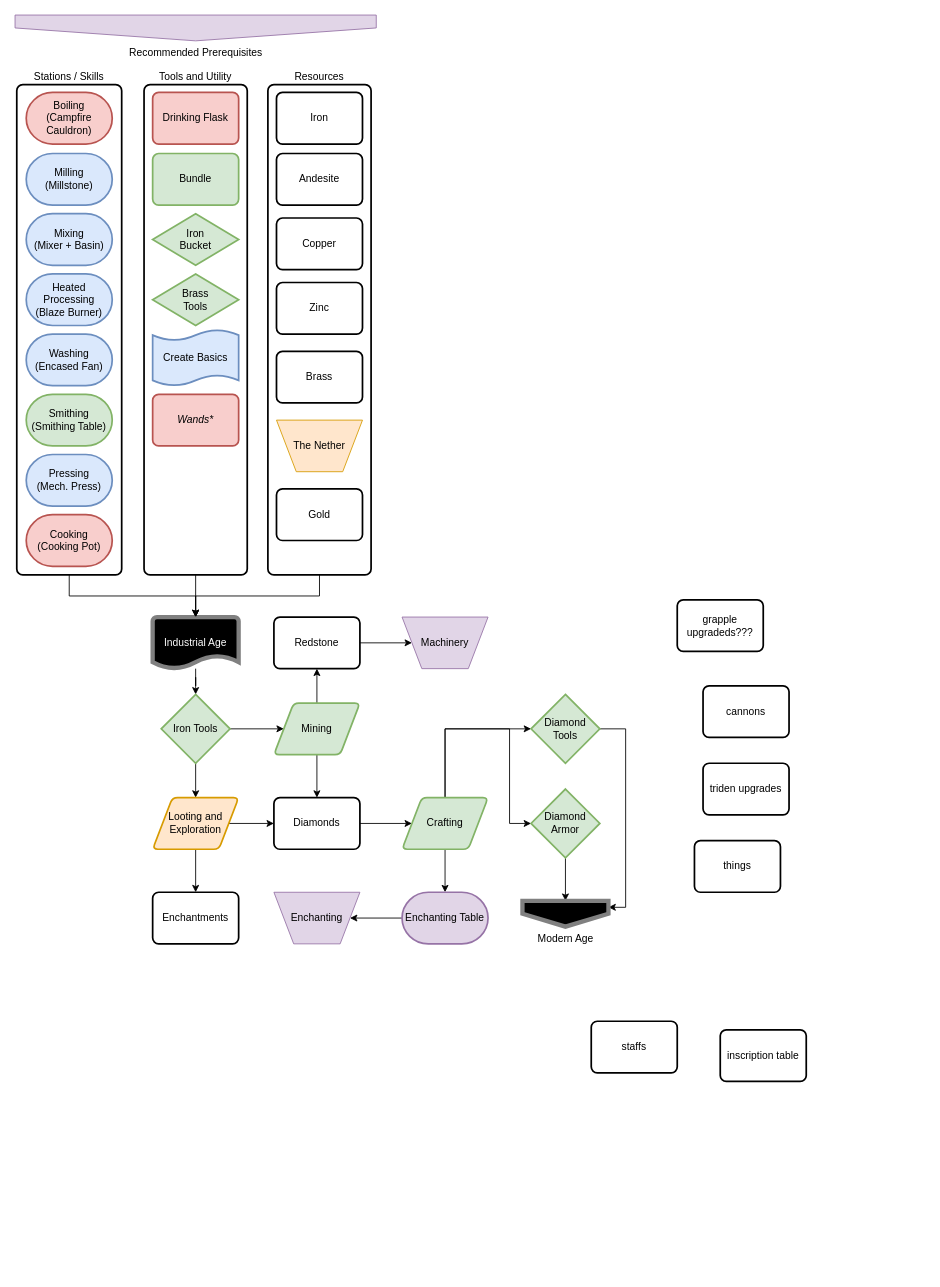
Earlier version of the draw.io diagram page "Industrial Age" (5 of 7) of flowcharts/progression.drawio (MeepishRealms/Cog). Source tidied: cells renumbered, new cells numbered last; positions are measured from the earlier drawing's top-left corner, leaving out a move shared by most shapes. Both pictures are drawn from the tidied source at 86%, with x=0, y=0 at pixel (15, 15).
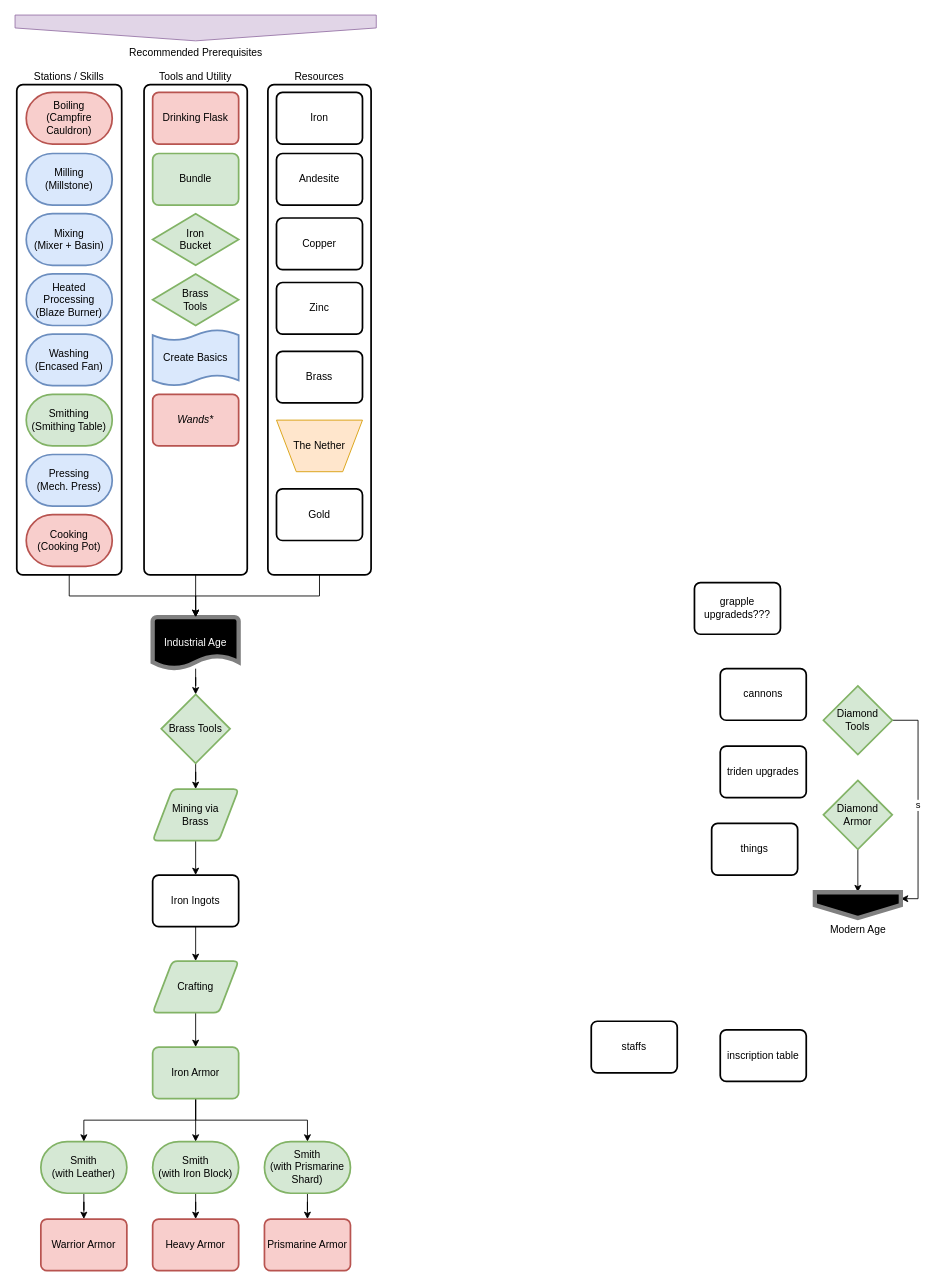
Above is the later version.

What changed in the source:
```diff
@@
-    <mxCell id="4" style="edgeStyle=orthogonalEdgeStyle;rounded=0;jettySize=auto;html=1;" parent="1" edge="1" source="6" target="9">
-      <mxGeometry relative="1" as="geometry" />
-    </mxCell>
-    <mxCell id="5" style="edgeStyle=orthogonalEdgeStyle;rounded=0;jettySize=auto;html=1;" parent="1" edge="1" source="6" target="12">
-      <mxGeometry relative="1" as="geometry" />
-    </mxCell>
+    <mxCell id="65" style="edgeStyle=orthogonalEdgeStyle;rounded=0;jettySize=auto;html=1;exitX=0.5;exitY=1;exitDx=0;exitDy=0;exitPerimeter=0;" parent="1" edge="1" source="6" target="69">
+      <mxGeometry relative="1" as="geometry" />
+    </mxCell>
-    <mxCell id="6" value="Iron Tools" style="strokeWidth=2;html=1;shape=mxgraph.flowchart.decision;whiteSpace=wrap;fillColor=#d5e8d4;strokeColor=#82b366;" parent="1" vertex="1">
+    <mxCell id="6" value="Brass Tools" style="strokeWidth=2;html=1;shape=mxgraph.flowchart.decision;whiteSpace=wrap;fillColor=#d5e8d4;strokeColor=#82b366;" parent="1" vertex="1">
       <mxGeometry x="170" y="790" width="80" height="80" as="geometry" />
     </mxCell>
-    <mxCell id="7" style="edgeStyle=orthogonalEdgeStyle;rounded=0;jettySize=auto;html=1;" parent="1" edge="1" source="9" target="14">
-      <mxGeometry relative="1" as="geometry" />
-    </mxCell>
-    <mxCell id="8" style="edgeStyle=orthogonalEdgeStyle;rounded=0;jettySize=auto;html=1;" parent="1" edge="1" source="9" target="20">
-      <mxGeometry relative="1" as="geometry" />
-    </mxCell>
-    <mxCell id="9" value="Looting and&lt;br&gt;Exploration" style="shape=parallelogram;html=1;strokeWidth=2;perimeter=parallelogramPerimeter;whiteSpace=wrap;rounded=1;arcSize=12;size=0.23;fillColor=#ffe6cc;strokeColor=#d79b00;" parent="1" vertex="1">
-      <mxGeometry x="160" y="910" width="100" height="60" as="geometry" />
-    </mxCell>
-    <mxCell id="10" style="edgeStyle=orthogonalEdgeStyle;rounded=0;jettySize=auto;html=1;" parent="1" edge="1" source="12" target="14">
-      <mxGeometry relative="1" as="geometry" />
-    </mxCell>
-    <mxCell id="11" style="edgeStyle=orthogonalEdgeStyle;rounded=0;jettySize=auto;html=1;" parent="1" edge="1" source="12" target="23">
-      <mxGeometry relative="1" as="geometry" />
-    </mxCell>
-    <mxCell id="12" value="Mining" style="shape=parallelogram;html=1;strokeWidth=2;perimeter=parallelogramPerimeter;whiteSpace=wrap;rounded=1;arcSize=12;size=0.23;fillColor=#d5e8d4;strokeColor=#82b366;" parent="1" vertex="1">
-      <mxGeometry x="301" y="800" width="100" height="60" as="geometry" />
-    </mxCell>
-    <mxCell id="13" style="edgeStyle=orthogonalEdgeStyle;rounded=0;jettySize=auto;html=1;" parent="1" edge="1" source="14" target="28">
-      <mxGeometry relative="1" as="geometry" />
-    </mxCell>
-    <mxCell id="14" value="Diamonds" style="rounded=1;whiteSpace=wrap;html=1;absoluteArcSize=1;arcSize=14;strokeWidth=2;" parent="1" vertex="1">
-      <mxGeometry x="301" y="910" width="100" height="60" as="geometry" />
-    </mxCell>
-    <mxCell id="15" style="edgeStyle=orthogonalEdgeStyle;rounded=0;jettySize=auto;html=1;exitX=1;exitY=0.5;exitDx=0;exitDy=0;exitPerimeter=0;entryX=1;entryY=0.25;entryDx=0;entryDy=0;" parent="1" edge="1" source="16" target="19">
+    <mxCell id="15" value="s" style="edgeStyle=orthogonalEdgeStyle;rounded=0;jettySize=auto;html=1;exitX=1;exitY=0.5;exitDx=0;exitDy=0;exitPerimeter=0;entryX=1;entryY=0.25;entryDx=0;entryDy=0;" parent="1" edge="1" source="16" target="19">
       <mxGeometry relative="1" as="geometry" />
     </mxCell>
     <mxCell id="16" value="Diamond&lt;br&gt;Tools" style="strokeWidth=2;html=1;shape=mxgraph.flowchart.decision;whiteSpace=wrap;fillColor=#d5e8d4;strokeColor=#82b366;" parent="1" vertex="1">
-      <mxGeometry x="600" y="790" width="80" height="80" as="geometry" />
+      <mxGeometry x="940" y="780" width="80" height="80" as="geometry" />
     </mxCell>
@@
     <mxCell id="18" value="Diamond&lt;br&gt;Armor" style="strokeWidth=2;html=1;shape=mxgraph.flowchart.decision;whiteSpace=wrap;fillColor=#d5e8d4;strokeColor=#82b366;" parent="1" vertex="1">
-      <mxGeometry x="600" y="900" width="80" height="80" as="geometry" />
+      <mxGeometry x="940" y="890" width="80" height="80" as="geometry" />
     </mxCell>
     <mxCell id="19" value="Modern Age" style="verticalLabelPosition=bottom;verticalAlign=top;html=1;shape=offPageConnector;rounded=0;size=0.5;fillColor=#000000;strokeColor=#808080;strokeWidth=5;" parent="1" vertex="1">
-      <mxGeometry x="590" y="1030" width="100" height="30" as="geometry" />
+      <mxGeometry x="930" y="1020" width="100" height="30" as="geometry" />
     </mxCell>
-    <mxCell id="20" value="Enchantments" style="rounded=1;whiteSpace=wrap;html=1;absoluteArcSize=1;arcSize=14;strokeWidth=2;" parent="1" vertex="1">
-      <mxGeometry x="160" y="1020" width="100" height="60" as="geometry" />
-    </mxCell>
-    <mxCell id="21" value="Enchanting" style="verticalLabelPosition=middle;verticalAlign=middle;html=1;shape=trapezoid;perimeter=trapezoidPerimeter;whiteSpace=wrap;size=0.23;arcSize=10;flipV=1;labelPosition=center;align=center;fillColor=#e1d5e7;strokeColor=#9673a6;" parent="1" vertex="1">
-      <mxGeometry x="301" y="1020" width="100" height="60" as="geometry" />
-    </mxCell>
-    <mxCell id="22" style="edgeStyle=orthogonalEdgeStyle;rounded=0;jettySize=auto;html=1;" parent="1" edge="1" source="23" target="24">
-      <mxGeometry relative="1" as="geometry" />
-    </mxCell>
-    <mxCell id="23" value="Redstone" style="rounded=1;whiteSpace=wrap;html=1;absoluteArcSize=1;arcSize=14;strokeWidth=2;" parent="1" vertex="1">
-      <mxGeometry x="301" y="700" width="100" height="60" as="geometry" />
-    </mxCell>
-    <mxCell id="24" value="Machinery" style="verticalLabelPosition=middle;verticalAlign=middle;html=1;shape=trapezoid;perimeter=trapezoidPerimeter;whiteSpace=wrap;size=0.23;arcSize=10;flipV=1;labelPosition=center;align=center;fillColor=#e1d5e7;strokeColor=#9673a6;" parent="1" vertex="1">
-      <mxGeometry x="450" y="700" width="100" height="60" as="geometry" />
-    </mxCell>
-    <mxCell id="25" style="edgeStyle=orthogonalEdgeStyle;rounded=0;jettySize=auto;html=1;" parent="1" edge="1" source="28" target="30">
-      <mxGeometry relative="1" as="geometry" />
-    </mxCell>
-    <mxCell id="26" style="edgeStyle=orthogonalEdgeStyle;rounded=0;jettySize=auto;html=1;exitX=0.5;exitY=0;exitDx=0;exitDy=0;entryX=0;entryY=0.5;entryDx=0;entryDy=0;entryPerimeter=0;" parent="1" edge="1" source="28" target="16">
-      <mxGeometry relative="1" as="geometry" />
-    </mxCell>
-    <mxCell id="27" style="edgeStyle=orthogonalEdgeStyle;rounded=0;jettySize=auto;html=1;exitX=0.5;exitY=0;exitDx=0;exitDy=0;entryX=0;entryY=0.5;entryDx=0;entryDy=0;entryPerimeter=0;" parent="1" edge="1" source="28" target="18">
-      <mxGeometry relative="1" as="geometry">
-        <Array as="points">
-          <mxPoint x="500" y="830" />
-          <mxPoint x="575" y="830" />
-          <mxPoint x="575" y="940" />
-        </Array>
-      </mxGeometry>
-    </mxCell>
-    <mxCell id="28" value="Crafting" style="shape=parallelogram;html=1;strokeWidth=2;perimeter=parallelogramPerimeter;whiteSpace=wrap;rounded=1;arcSize=12;size=0.23;fillColor=#d5e8d4;strokeColor=#82b366;" parent="1" vertex="1">
-      <mxGeometry x="450" y="910" width="100" height="60" as="geometry" />
-    </mxCell>
-    <mxCell id="29" style="edgeStyle=orthogonalEdgeStyle;rounded=0;jettySize=auto;html=1;" parent="1" edge="1" source="30" target="21">
-      <mxGeometry relative="1" as="geometry" />
-    </mxCell>
-    <mxCell id="30" value="Enchanting Table" style="strokeWidth=2;html=1;shape=mxgraph.flowchart.terminator;whiteSpace=wrap;fillColor=#e1d5e7;strokeColor=#9673a6;" parent="1" vertex="1">
-      <mxGeometry x="450" y="1020" width="100" height="60" as="geometry" />
-    </mxCell>
     <mxCell id="31" value="grapple upgradeds???" style="rounded=1;whiteSpace=wrap;html=1;absoluteArcSize=1;arcSize=14;strokeWidth=2;" parent="1" vertex="1">
-      <mxGeometry x="770" y="680" width="100" height="60" as="geometry" />
+      <mxGeometry x="790" y="660" width="100" height="60" as="geometry" />
     </mxCell>
     <mxCell id="32" value="cannons" style="rounded=1;whiteSpace=wrap;html=1;absoluteArcSize=1;arcSize=14;strokeWidth=2;" parent="1" vertex="1">
-      <mxGeometry x="800" y="780" width="100" height="60" as="geometry" />
+      <mxGeometry x="820" y="760" width="100" height="60" as="geometry" />
     </mxCell>
     <mxCell id="33" value="triden upgrades" style="rounded=1;whiteSpace=wrap;html=1;absoluteArcSize=1;arcSize=14;strokeWidth=2;" parent="1" vertex="1">
-      <mxGeometry x="800" y="870" width="100" height="60" as="geometry" />
+      <mxGeometry x="820" y="850" width="100" height="60" as="geometry" />
     </mxCell>
     <mxCell id="34" value="things" style="rounded=1;whiteSpace=wrap;html=1;absoluteArcSize=1;arcSize=14;strokeWidth=2;" parent="1" vertex="1">
-      <mxGeometry x="790" y="960" width="100" height="60" as="geometry" />
+      <mxGeometry x="810" y="940" width="100" height="60" as="geometry" />
     </mxCell>
@@
+    <mxCell id="66" style="edgeStyle=orthogonalEdgeStyle;rounded=0;jettySize=auto;html=1;exitX=0.5;exitY=1;exitDx=0;exitDy=0;" parent="1" edge="1" source="67" target="28">
+      <mxGeometry relative="1" as="geometry" />
+    </mxCell>
+    <mxCell id="67" value="Iron Ingots" style="rounded=1;whiteSpace=wrap;html=1;absoluteArcSize=1;arcSize=14;strokeWidth=2;fontStyle=0;" parent="1" vertex="1">
+      <mxGeometry x="160" y="1000" width="100" height="60" as="geometry" />
+    </mxCell>
+    <mxCell id="68" style="edgeStyle=orthogonalEdgeStyle;rounded=0;jettySize=auto;html=1;exitX=0.5;exitY=1;exitDx=0;exitDy=0;" parent="1" edge="1" source="69" target="67">
+      <mxGeometry relative="1" as="geometry" />
+    </mxCell>
+    <mxCell id="69" value="Mining via&lt;br&gt;Brass" style="shape=parallelogram;html=1;strokeWidth=2;perimeter=parallelogramPerimeter;whiteSpace=wrap;rounded=1;arcSize=12;size=0.23;fillColor=#d5e8d4;strokeColor=#82b366;" parent="1" vertex="1">
+      <mxGeometry x="160" y="900" width="100" height="60" as="geometry" />
+    </mxCell>
+    <mxCell id="70" style="edgeStyle=orthogonalEdgeStyle;rounded=0;jettySize=auto;html=1;exitX=0.5;exitY=1;exitDx=0;exitDy=0;" parent="1" edge="1" source="73" target="76">
+      <mxGeometry relative="1" as="geometry" />
+    </mxCell>
+    <mxCell id="71" style="edgeStyle=orthogonalEdgeStyle;rounded=0;jettySize=auto;html=1;exitX=0.5;exitY=1;exitDx=0;exitDy=0;" parent="1" edge="1" source="73" target="79">
+      <mxGeometry relative="1" as="geometry" />
+    </mxCell>
+    <mxCell id="72" style="edgeStyle=orthogonalEdgeStyle;rounded=0;jettySize=auto;html=1;exitX=0.5;exitY=1;exitDx=0;exitDy=0;" parent="1" edge="1" source="73" target="82">
+      <mxGeometry relative="1" as="geometry" />
+    </mxCell>
+    <mxCell id="73" value="Iron Armor" style="rounded=1;whiteSpace=wrap;html=1;absoluteArcSize=1;arcSize=14;strokeWidth=2;fontStyle=0;fillColor=#d5e8d4;strokeColor=#82b366;" parent="1" vertex="1">
+      <mxGeometry x="160" y="1200" width="100" height="60" as="geometry" />
+    </mxCell>
+    <mxCell id="74" style="edgeStyle=orthogonalEdgeStyle;rounded=0;jettySize=auto;html=1;exitX=0.5;exitY=1;exitDx=0;exitDy=0;" parent="1" edge="1" source="28" target="73">
+      <mxGeometry relative="1" as="geometry" />
+    </mxCell>
+    <mxCell id="28" value="Crafting" style="shape=parallelogram;html=1;strokeWidth=2;perimeter=parallelogramPerimeter;whiteSpace=wrap;rounded=1;arcSize=12;size=0.23;fillColor=#d5e8d4;strokeColor=#82b366;" parent="1" vertex="1">
+      <mxGeometry x="160" y="1100" width="100" height="60" as="geometry" />
+    </mxCell>
+    <mxCell id="75" style="edgeStyle=orthogonalEdgeStyle;rounded=0;jettySize=auto;html=1;exitX=0.5;exitY=1;exitDx=0;exitDy=0;exitPerimeter=0;" parent="1" edge="1" source="76" target="77">
+      <mxGeometry relative="1" as="geometry" />
+    </mxCell>
+    <mxCell id="76" value="Smith&lt;br&gt;(with Leather)" style="strokeWidth=2;html=1;shape=mxgraph.flowchart.terminator;whiteSpace=wrap;fillColor=#d5e8d4;strokeColor=#82b366;" parent="1" vertex="1">
+      <mxGeometry x="30" y="1310" width="100" height="60" as="geometry" />
+    </mxCell>
+    <mxCell id="77" value="Warrior Armor" style="rounded=1;whiteSpace=wrap;html=1;absoluteArcSize=1;arcSize=14;strokeWidth=2;fontStyle=0;fillColor=#f8cecc;strokeColor=#b85450;" parent="1" vertex="1">
+      <mxGeometry x="30" y="1400" width="100" height="60" as="geometry" />
+    </mxCell>
+    <mxCell id="78" style="edgeStyle=orthogonalEdgeStyle;rounded=0;jettySize=auto;html=1;exitX=0.5;exitY=1;exitDx=0;exitDy=0;exitPerimeter=0;" parent="1" edge="1" source="79" target="80">
+      <mxGeometry relative="1" as="geometry" />
+    </mxCell>
+    <mxCell id="79" value="Smith&lt;br&gt;(with Iron Block)" style="strokeWidth=2;html=1;shape=mxgraph.flowchart.terminator;whiteSpace=wrap;fillColor=#d5e8d4;strokeColor=#82b366;" parent="1" vertex="1">
+      <mxGeometry x="160" y="1310" width="100" height="60" as="geometry" />
+    </mxCell>
+    <mxCell id="80" value="Heavy Armor" style="rounded=1;whiteSpace=wrap;html=1;absoluteArcSize=1;arcSize=14;strokeWidth=2;fontStyle=0;fillColor=#f8cecc;strokeColor=#b85450;" parent="1" vertex="1">
+      <mxGeometry x="160" y="1400" width="100" height="60" as="geometry" />
+    </mxCell>
+    <mxCell id="81" style="edgeStyle=orthogonalEdgeStyle;rounded=0;jettySize=auto;html=1;exitX=0.5;exitY=1;exitDx=0;exitDy=0;exitPerimeter=0;" parent="1" edge="1" source="82" target="83">
+      <mxGeometry relative="1" as="geometry" />
+    </mxCell>
+    <mxCell id="82" value="Smith&lt;br&gt;(with Prismarine Shard)" style="strokeWidth=2;html=1;shape=mxgraph.flowchart.terminator;whiteSpace=wrap;fillColor=#d5e8d4;strokeColor=#82b366;" parent="1" vertex="1">
+      <mxGeometry x="290" y="1310" width="100" height="60" as="geometry" />
+    </mxCell>
+    <mxCell id="83" value="Prismarine Armor" style="rounded=1;whiteSpace=wrap;html=1;absoluteArcSize=1;arcSize=14;strokeWidth=2;fontStyle=0;fillColor=#f8cecc;strokeColor=#b85450;" parent="1" vertex="1">
+      <mxGeometry x="290" y="1400" width="100" height="60" as="geometry" />
+    </mxCell>
```
